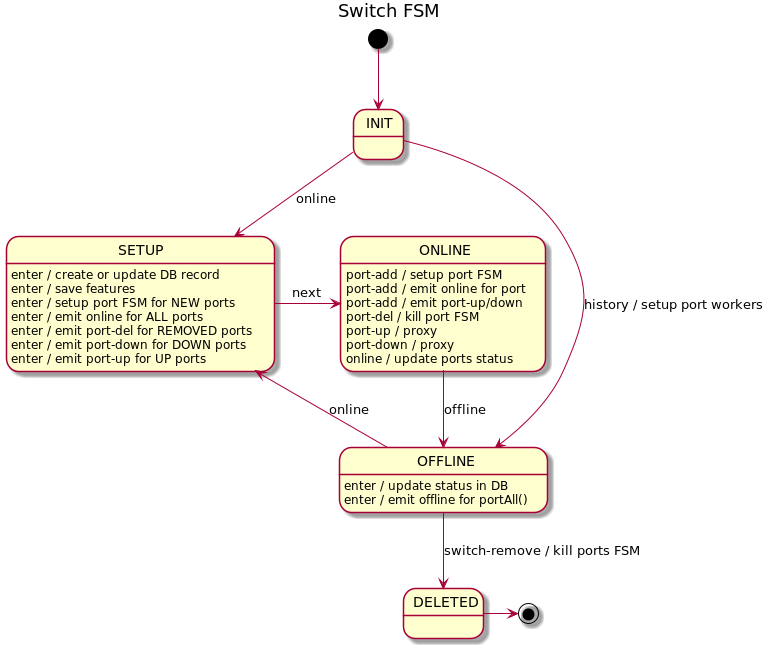
Before: docs/design/network-discovery/switch-FSM.png, a diagram exported from PlantUML (telstra/open-kilda). Its diagram source:
```plantuml
@startuml
title Switch FSM

[*] --> INIT

INIT --> OFFLINE : history / setup port workers
INIT --> SETUP : online

SETUP : enter / create or update DB record
SETUP : enter / save features
SETUP : enter / setup port FSM for NEW ports
SETUP : enter / emit online for ALL ports
SETUP : enter / emit port-del for REMOVED ports
SETUP : enter / emit port-down for DOWN ports
SETUP : enter / emit port-up for UP ports
SETUP -r-> ONLINE : next

ONLINE : port-add / setup port FSM
ONLINE : port-add / emit online for port
ONLINE : port-add / emit port-up/down
ONLINE : port-del / kill port FSM
ONLINE : port-up / proxy
ONLINE : port-down / proxy
ONLINE : online / update ports status
ONLINE --> OFFLINE : offline

OFFLINE : enter / update status in DB
OFFLINE : enter / emit offline for portAll()
OFFLINE --> SETUP : online
OFFLINE --> DELETED: switch-remove / kill ports FSM
DELETED -> [*]

@enduml
```
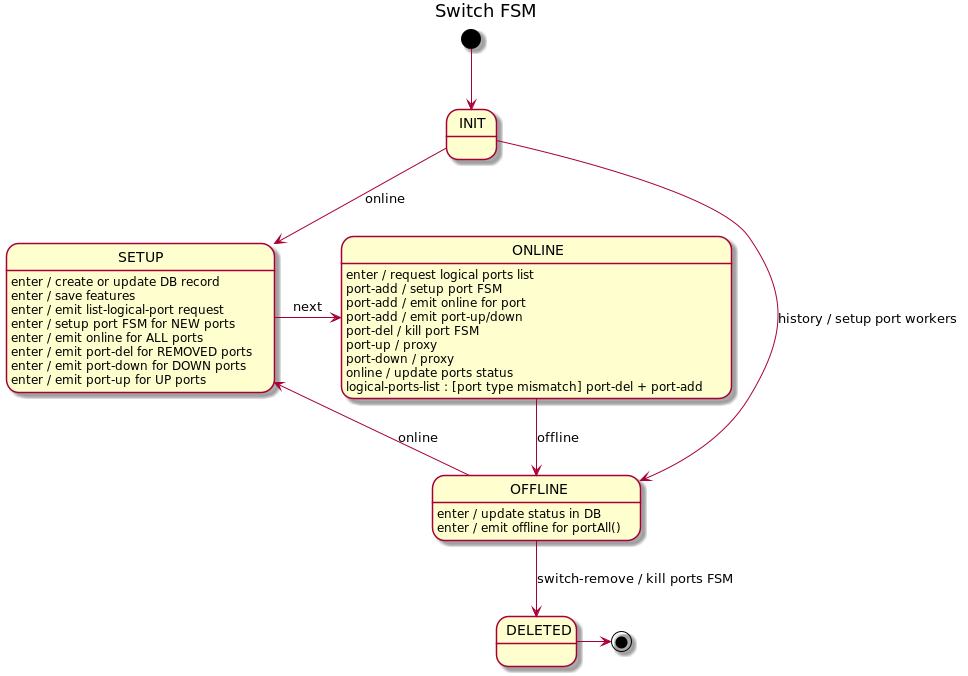
After the commit.

Commit message:
BFD port management design update

Change to the diagram source:
```diff
@@ -8,6 +8,7 @@
 
 SETUP : enter / create or update DB record
 SETUP : enter / save features
+SETUP : enter / emit list-logical-port request
 SETUP : enter / setup port FSM for NEW ports
 SETUP : enter / emit online for ALL ports
 SETUP : enter / emit port-del for REMOVED ports
@@ -15,6 +16,7 @@
 SETUP : enter / emit port-up for UP ports
 SETUP -r-> ONLINE : next
 
+ONLINE : enter / request logical ports list
 ONLINE : port-add / setup port FSM
 ONLINE : port-add / emit online for port
 ONLINE : port-add / emit port-up/down
@@ -22,6 +24,7 @@
 ONLINE : port-up / proxy
 ONLINE : port-down / proxy
 ONLINE : online / update ports status
+ONLINE : logical-ports-list : [port type mismatch] port-del + port-add
 ONLINE --> OFFLINE : offline
 
 OFFLINE : enter / update status in DB
```
